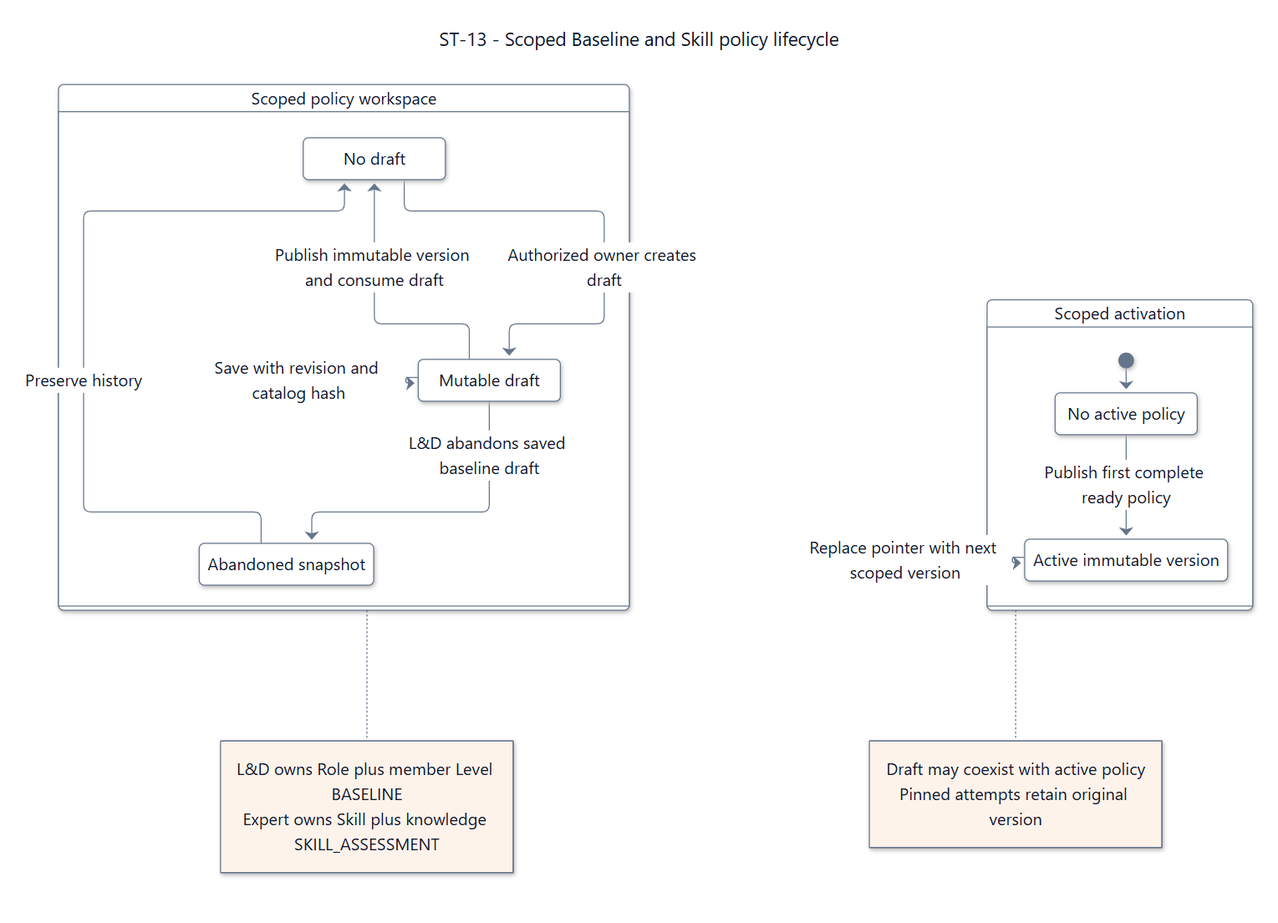
SEP490-Fall-2026-GFA26SE64/SEP490 keeps this Mermaid diagram as documents/diagrams/mermaid/st-13.png. Above is the earlier version. Its source is kept beside it as documents/diagrams/mermaid/st-13.mmd.
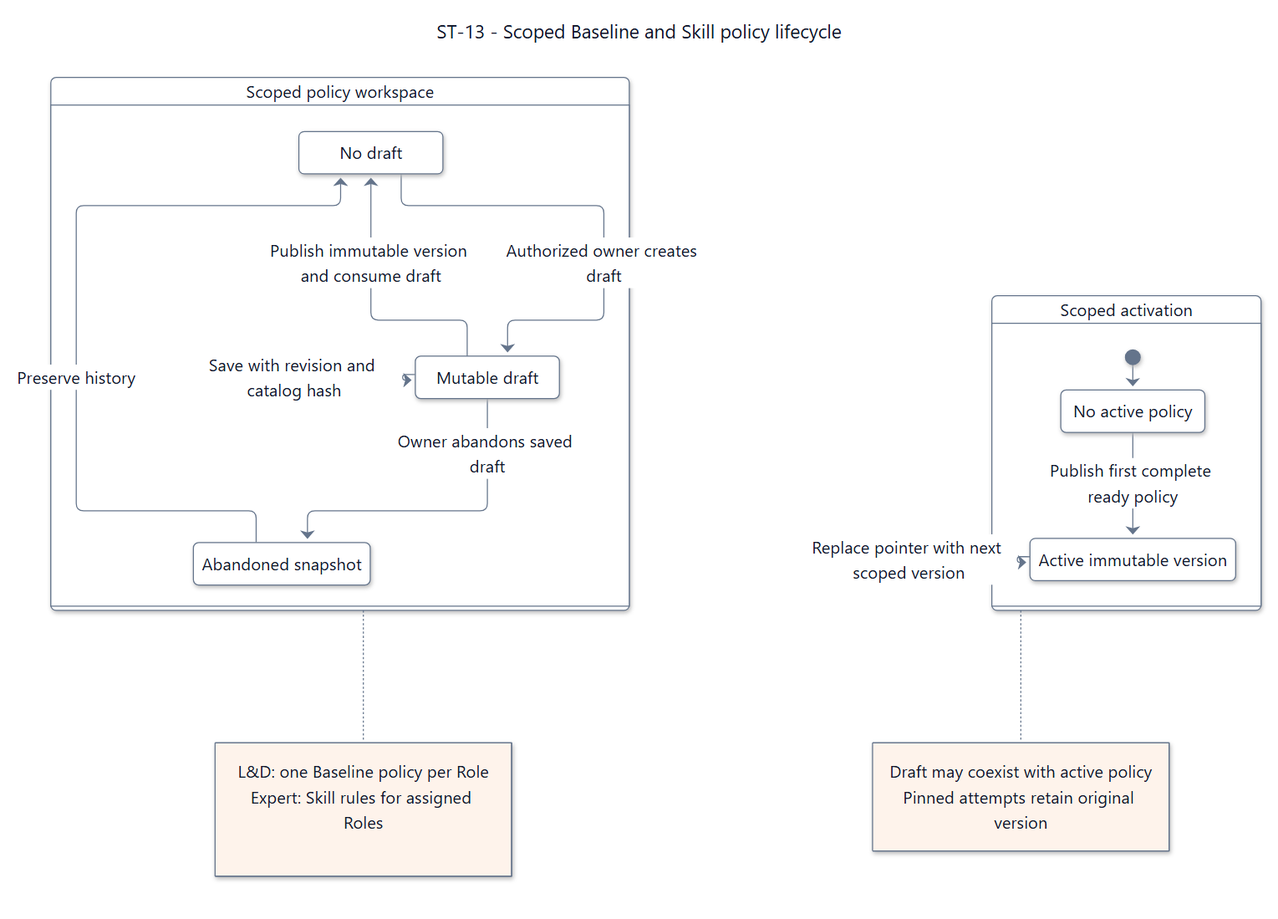
After the commit.

Diff of the diagram source:
```diff
@@ -12,7 +12,7 @@
     none --> draft : Authorized owner creates draft
     draft --> draft : Save with revision and catalog hash
     draft --> none : Publish immutable version and consume draft
-    draft --> abandoned : L&D abandons saved baseline draft
+    draft --> abandoned : Owner abandons saved draft
     abandoned --> none : Preserve history
   }
   state "Scoped activation" as Active {
@@ -23,8 +23,8 @@
     active --> active : Replace pointer with next scoped version
   }
   note right of Scope
-    L&D owns Role plus member Level BASELINE
-    Expert owns Skill plus knowledge SKILL_ASSESSMENT
+    L&D: one Baseline policy per Role
+    Expert: Skill rules for assigned Roles
   end note
   note right of Active
     Draft may coexist with active policy
```
